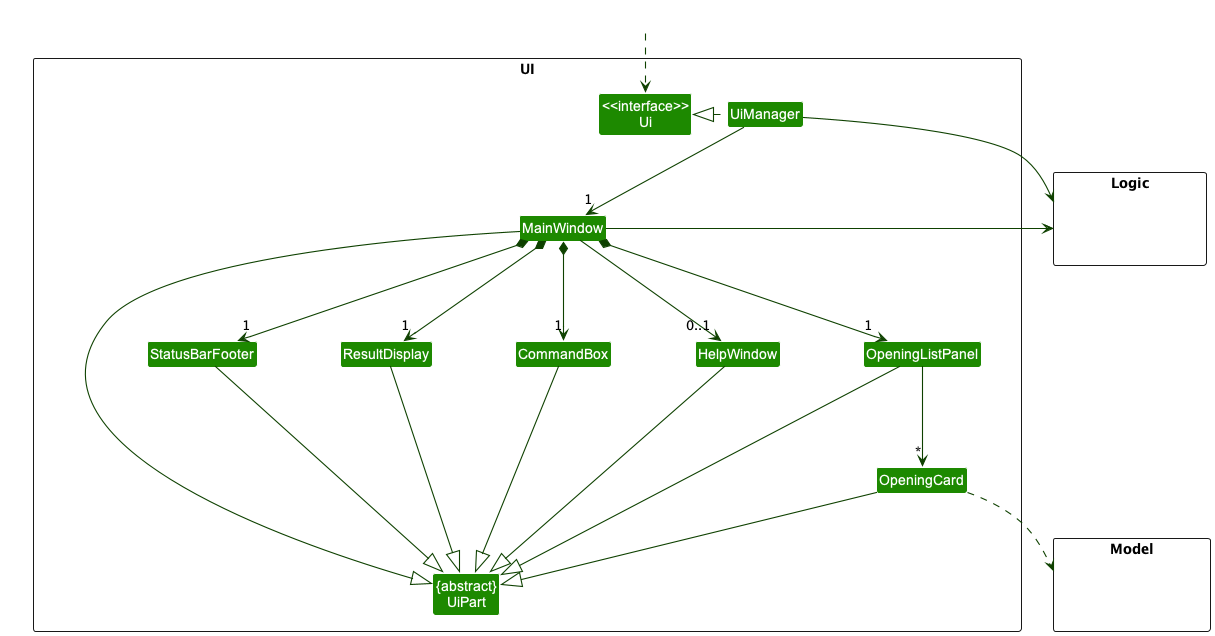
This is docs/images/UiClassDiagram.png from nus-cs2103-AY2223S2/tp, a PlantUML export, as it was before one commit.
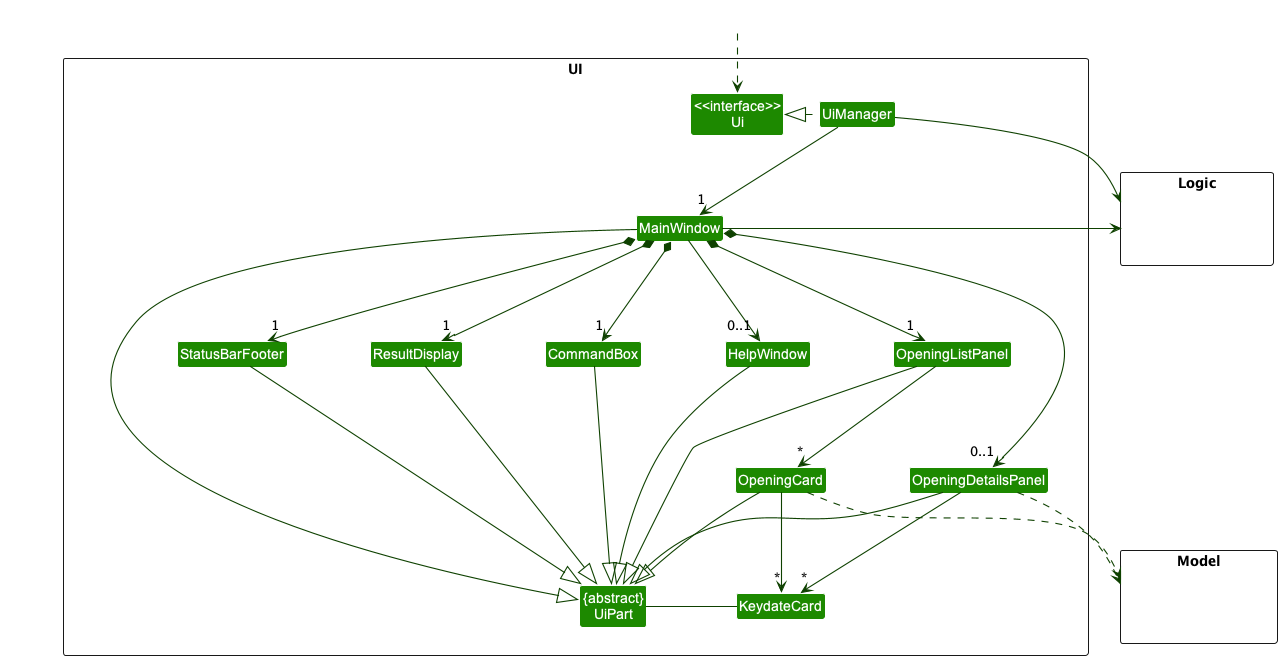
Later version of the same file.

Diff of the diagram source:
```diff
@@ -12,7 +12,9 @@
 Class HelpWindow
 Class ResultDisplay
 Class OpeningListPanel
+Class OpeningDetailsPanel
 Class OpeningCard
+Class KeydateCard
 Class StatusBarFooter
 Class CommandBox
 }
@@ -33,21 +35,28 @@
 MainWindow *-down->  "1" CommandBox
 MainWindow *-down-> "1" ResultDisplay
 MainWindow *-down-> "1" OpeningListPanel
+MainWindow *-down-> "0..1" OpeningDetailsPanel
 MainWindow *-down-> "1" StatusBarFooter
 MainWindow --> "0..1" HelpWindow
 
 OpeningListPanel -down-> "*" OpeningCard
+
+OpeningCard -down-> "*" KeydateCard
+OpeningDetailsPanel -down-> "*" KeydateCard
 
 MainWindow -left-|> UiPart
 
 ResultDisplay --|> UiPart
 CommandBox --|> UiPart
 OpeningListPanel --|> UiPart
+OpeningDetailsPanel --|> UiPart
 OpeningCard --|> UiPart
+KeydateCard -left-|> UiPart
 StatusBarFooter --|> UiPart
 HelpWindow --|> UiPart
 
 OpeningCard ..> Model
+OpeningDetailsPanel ..> Model
 UiManager -right-> Logic
 MainWindow -left-> Logic
 
```
